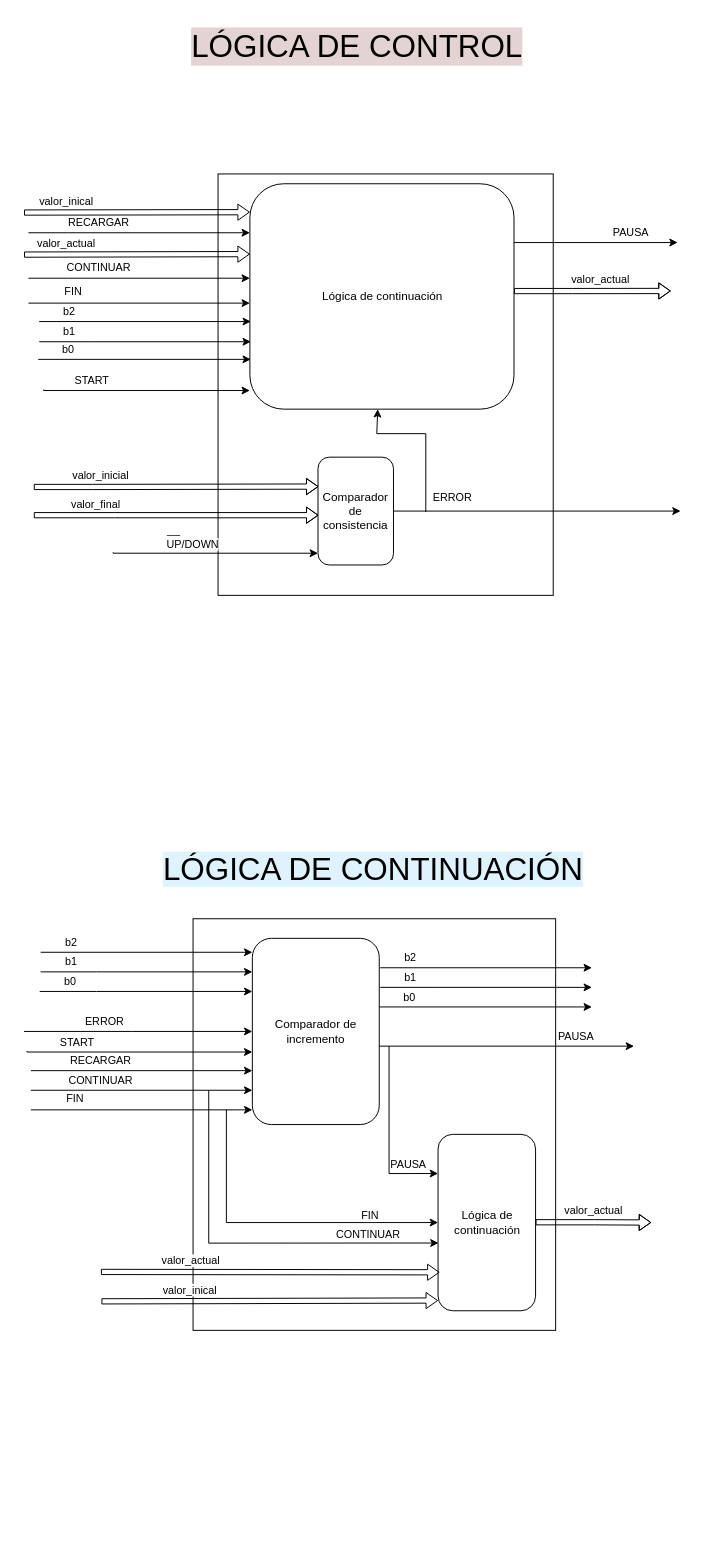
Above: page "LógicaDeControl" (5 of 5) of Integrador/Integrador.drawio in albertinap/IDL (draw.io), before the change. Source tidied: cells renumbered, new cells numbered last; positions are measured from the earlier drawing's top-left corner, leaving out a move shared by most shapes. Both pictures are drawn from the tidied source at 98%, with x=0, y=0 at pixel (24, 17).
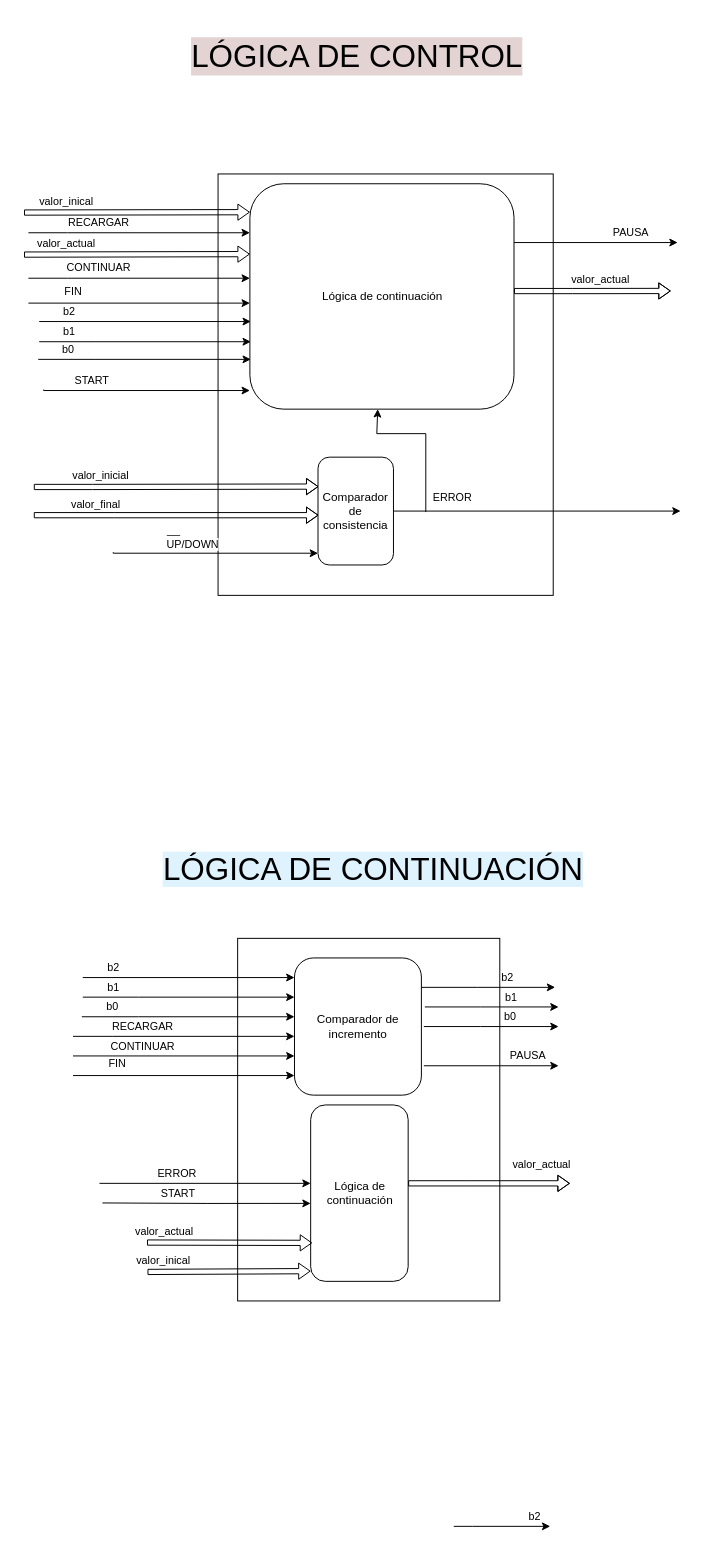
The same diagram, later.

The edit, as a diff of the source:
```diff
@@
     <mxCell id="2" value="LÓGICA DE CONTROL" style="text;html=1;align=center;verticalAlign=middle;whiteSpace=wrap;rounded=0;fontSize=32;labelBackgroundColor=light-dark(#e4d3d3, #ededed);" parent="1" vertex="1">
-      <mxGeometry x="130" width="420" height="60" as="geometry" />
+      <mxGeometry x="130" y="10" width="420" height="60" as="geometry" />
     </mxCell>
@@
     <mxCell id="35" style="rounded=0;whiteSpace=wrap;html=1;" parent="1" vertex="1">
-      <mxGeometry x="172.5" y="920" width="370" height="420" as="geometry" />
+      <mxGeometry x="218" y="940" width="267.5" height="370" as="geometry" />
     </mxCell>
     <mxCell id="36" style="edgeStyle=orthogonalEdgeStyle;rounded=0;orthogonalLoop=1;jettySize=auto;html=1;" parent="1" edge="1">
       <mxGeometry relative="1" as="geometry">
-        <mxPoint x="17" y="974.2" as="sourcePoint" />
-        <mxPoint x="233" y="974.2" as="targetPoint" />
+        <mxPoint x="60" y="1000" as="sourcePoint" />
+        <mxPoint x="276" y="1000" as="targetPoint" />
         <Array as="points">
-          <mxPoint x="74" y="974.6" />
-          <mxPoint x="74" y="974.6" />
+          <mxPoint x="117" y="1000.4" />
+          <mxPoint x="117" y="1000.4" />
         </Array>
       </mxGeometry>
     </mxCell>
@@
     <mxCell id="38" style="edgeStyle=orthogonalEdgeStyle;rounded=0;orthogonalLoop=1;jettySize=auto;html=1;" parent="1" edge="1">
       <mxGeometry relative="1" as="geometry">
-        <mxPoint x="17" y="954.2" as="sourcePoint" />
-        <mxPoint x="233" y="954.2" as="targetPoint" />
+        <mxPoint x="60" y="980" as="sourcePoint" />
+        <mxPoint x="276" y="980" as="targetPoint" />
         <Array as="points">
-          <mxPoint x="17" y="954.2" />
+          <mxPoint x="60" y="980" />
         </Array>
       </mxGeometry>
     </mxCell>
@@
     <mxCell id="40" value="CONTINUAR" style="endArrow=classic;html=1;rounded=0;" parent="1" edge="1">
       <mxGeometry x="-0.37" y="10" relative="1" as="geometry">
-        <mxPoint x="7" y="1095" as="sourcePoint" />
-        <mxPoint x="233" y="1095" as="targetPoint" />
+        <mxPoint x="50" y="1060" as="sourcePoint" />
+        <mxPoint x="276" y="1060" as="targetPoint" />
         <Array as="points">
-          <mxPoint x="47" y="1095" />
+          <mxPoint x="90" y="1060" />
         </Array>
       </mxGeometry>
     </mxCell>
-    <mxCell id="41" style="edgeStyle=orthogonalEdgeStyle;rounded=0;orthogonalLoop=1;jettySize=auto;html=1;" parent="1" edge="1">
+    <mxCell id="41" style="edgeStyle=orthogonalEdgeStyle;rounded=0;jettySize=auto;html=1;entryX=0;entryY=0.558;entryDx=0;entryDy=0;entryPerimeter=0;" parent="1" edge="1" target="48">
       <mxGeometry relative="1" as="geometry">
-        <mxPoint x="3" y="1055" as="sourcePoint" />
-        <mxPoint x="233" y="1056" as="targetPoint" />
-        <Array as="points">
-          <mxPoint x="3" y="1056" />
-        </Array>
+        <mxPoint x="80" y="1210" as="sourcePoint" />
       </mxGeometry>
     </mxCell>
     <mxCell id="42" value="START" style="edgeLabel;html=1;align=center;verticalAlign=middle;" parent="41" vertex="1">
       <mxGeometry x="-0.72" y="2" relative="1" as="geometry">
-        <mxPoint x="19" y="-9" as="offset" />
+        <mxPoint x="46" y="-9" as="offset" />
       </mxGeometry>
     </mxCell>
     <mxCell id="43" style="edgeStyle=orthogonalEdgeStyle;rounded=0;orthogonalLoop=1;jettySize=auto;html=1;" parent="1" edge="1">
       <mxGeometry relative="1" as="geometry">
-        <mxPoint x="16" y="994.2" as="sourcePoint" />
-        <mxPoint x="233" y="994.2" as="targetPoint" />
+        <mxPoint x="59" y="1020" as="sourcePoint" />
+        <mxPoint x="276" y="1020" as="targetPoint" />
         <Array as="points">
-          <mxPoint x="74" y="994.7" />
-          <mxPoint x="74" y="994.7" />
+          <mxPoint x="117" y="1020.5" />
+          <mxPoint x="117" y="1020.5" />
         </Array>
       </mxGeometry>
     </mxCell>
@@
     <mxCell id="45" value="FIN" style="edgeStyle=orthogonalEdgeStyle;rounded=0;orthogonalLoop=1;jettySize=auto;html=1;" parent="1" edge="1">
       <mxGeometry x="-0.6" y="12" relative="1" as="geometry">
-        <mxPoint x="7" y="1115" as="sourcePoint" />
-        <mxPoint x="233" y="1115" as="targetPoint" />
+        <mxPoint x="50" y="1080" as="sourcePoint" />
+        <mxPoint x="276" y="1080" as="targetPoint" />
         <Array as="points">
-          <mxPoint x="7" y="1115" />
+          <mxPoint x="50" y="1080" />
         </Array>
       </mxGeometry>
     </mxCell>
     <mxCell id="46" value="Comparador de incremento" style="rounded=1;whiteSpace=wrap;html=1;" parent="1" vertex="1">
-      <mxGeometry x="233" y="940" width="129.5" height="190" as="geometry" />
+      <mxGeometry x="276" y="960" width="129.5" height="140" as="geometry" />
     </mxCell>
     <mxCell id="47" value="PAUSA" style="endArrow=classic;html=1;rounded=0;" parent="1" edge="1">
       <mxGeometry x="0.54" y="10" relative="1" as="geometry">
-        <mxPoint x="362.5" y="1050" as="sourcePoint" />
-        <mxPoint x="622.5" y="1050" as="targetPoint" />
+        <mxPoint x="408" y="1070" as="sourcePoint" />
+        <mxPoint x="545.5" y="1070" as="targetPoint" />
       </mxGeometry>
     </mxCell>
     <mxCell id="48" value="Lógica de continuación" style="rounded=1;whiteSpace=wrap;html=1;" parent="1" vertex="1">
-      <mxGeometry x="422.5" y="1140" width="99.5" height="180" as="geometry" />
+      <mxGeometry x="292.5" y="1110" width="99.5" height="180" as="geometry" />
     </mxCell>
     <mxCell id="49" style="shape=flexArrow;endArrow=none;startArrow=classic;html=1;rounded=0;width=5.348837209302326;endSize=3.5813953488372094;endWidth=10.151433207138995;startWidth=10.151433207138995;startSize=3.5813953488372094;endFill=0;exitX=0.016;exitY=0.782;exitDx=0;exitDy=0;exitPerimeter=0;" parent="1" edge="1" source="48">
       <mxGeometry relative="1" as="geometry">
-        <mxPoint x="78.5" y="1280.2" as="targetPoint" />
+        <mxPoint x="125.5" y="1250.2" as="targetPoint" />
         <Array as="points">
-          <mxPoint x="78.5" y="1280.4" />
+          <mxPoint x="125.5" y="1250.4" />
         </Array>
       </mxGeometry>
     </mxCell>
@@
-    <mxCell id="51" style="edgeStyle=orthogonalEdgeStyle;rounded=0;orthogonalLoop=1;jettySize=auto;html=1;" parent="1" edge="1">
+    <mxCell id="51" style="edgeStyle=orthogonalEdgeStyle;rounded=0;jettySize=auto;html=1;" parent="1" edge="1" target="48">
       <mxGeometry relative="1" as="geometry">
-        <mxPoint y="1035" as="sourcePoint" />
-        <mxPoint x="233" y="1035" as="targetPoint" />
+        <mxPoint x="77" y="1190" as="sourcePoint" />
         <Array as="points">
-          <mxPoint x="110" y="1035" />
-          <mxPoint x="110" y="1035" />
+          <mxPoint x="347" y="1190" />
+          <mxPoint x="347" y="1190" />
         </Array>
       </mxGeometry>
     </mxCell>
@@
     <mxCell id="53" style="shape=flexArrow;endArrow=none;startArrow=classic;html=1;rounded=0;width=5.348837209302326;endSize=3.5813953488372094;endWidth=10.151433207138995;startWidth=10.151433207138995;startSize=3.5813953488372094;endFill=0;" parent="1" edge="1">
       <mxGeometry relative="1" as="geometry">
-        <mxPoint x="640" y="1230" as="sourcePoint" />
-        <mxPoint x="522" y="1229.7" as="targetPoint" />
+        <mxPoint x="557" y="1190" as="sourcePoint" />
+        <mxPoint x="392" y="1190" as="targetPoint" />
         <Array as="points">
-          <mxPoint x="582" y="1229.7" />
+          <mxPoint x="452" y="1190" />
         </Array>
       </mxGeometry>
     </mxCell>
     <mxCell id="54" value="valor_actual" style="edgeLabel;html=1;align=center;verticalAlign=middle;" parent="53" vertex="1">
       <mxGeometry x="0.17" y="1" relative="1" as="geometry">
-        <mxPoint x="9" y="-13" as="offset" />
+        <mxPoint x="67" y="-21" as="offset" />
       </mxGeometry>
     </mxCell>
     <mxCell id="55" value="RECARGAR" style="endArrow=classic;html=1;rounded=0;" parent="1" edge="1">
       <mxGeometry x="-0.37" y="10" relative="1" as="geometry">
-        <mxPoint x="7" y="1075" as="sourcePoint" />
-        <mxPoint x="233" y="1075" as="targetPoint" />
+        <mxPoint x="50" y="1040" as="sourcePoint" />
+        <mxPoint x="276" y="1040" as="targetPoint" />
         <Array as="points">
-          <mxPoint x="47" y="1075" />
+          <mxPoint x="90" y="1040" />
         </Array>
       </mxGeometry>
     </mxCell>
     <mxCell id="56" style="shape=flexArrow;endArrow=none;startArrow=classic;html=1;rounded=0;width=5.348837209302326;endSize=3.5813953488372094;endWidth=10.151433207138995;startWidth=10.151433207138995;startSize=3.5813953488372094;endFill=0;exitX=0;exitY=0.942;exitDx=0;exitDy=0;exitPerimeter=0;" parent="1" edge="1" source="48">
       <mxGeometry relative="1" as="geometry">
-        <mxPoint x="79" y="1310.2" as="targetPoint" />
+        <mxPoint x="126" y="1280.2" as="targetPoint" />
         <Array as="points">
-          <mxPoint x="79" y="1310.4" />
+          <mxPoint x="126" y="1280.4" />
         </Array>
       </mxGeometry>
     </mxCell>
@@
     <mxCell id="58" style="edgeStyle=orthogonalEdgeStyle;rounded=0;orthogonalLoop=1;jettySize=auto;html=1;" parent="1" edge="1">
       <mxGeometry relative="1" as="geometry">
-        <mxPoint x="363.5" y="990" as="sourcePoint" />
-        <mxPoint x="579.5" y="990" as="targetPoint" />
+        <mxPoint x="409" y="1010" as="sourcePoint" />
+        <mxPoint x="545.5" y="1010" as="targetPoint" />
         <Array as="points">
-          <mxPoint x="420.5" y="990.4" />
-          <mxPoint x="420.5" y="990.4" />
+          <mxPoint x="466" y="1010.4" />
+          <mxPoint x="466" y="1010.4" />
         </Array>
       </mxGeometry>
     </mxCell>
     <mxCell id="59" value="b1" style="edgeLabel;html=1;align=center;verticalAlign=middle;" parent="58" vertex="1">
       <mxGeometry x="-0.72" y="2" relative="1" as="geometry">
-        <mxPoint y="-9" as="offset" />
+        <mxPoint x="68" y="-9" as="offset" />
       </mxGeometry>
     </mxCell>
-    <mxCell id="60" style="edgeStyle=orthogonalEdgeStyle;rounded=0;orthogonalLoop=1;jettySize=auto;html=1;" parent="1" edge="1">
-      <mxGeometry relative="1" as="geometry">
-        <mxPoint x="363.5" y="970" as="sourcePoint" />
-        <mxPoint x="579.5" y="970" as="targetPoint" />
-        <Array as="points">
-          <mxPoint x="363.5" y="970" />
-        </Array>
-      </mxGeometry>
-    </mxCell>
-    <mxCell id="61" value="b2" style="edgeLabel;html=1;align=center;verticalAlign=middle;" parent="60" vertex="1">
-      <mxGeometry x="-0.72" y="2" relative="1" as="geometry">
-        <mxPoint y="-9" as="offset" />
-      </mxGeometry>
-    </mxCell>
     <mxCell id="62" style="edgeStyle=orthogonalEdgeStyle;rounded=0;orthogonalLoop=1;jettySize=auto;html=1;" parent="1" edge="1">
       <mxGeometry relative="1" as="geometry">
-        <mxPoint x="362.5" y="1010" as="sourcePoint" />
-        <mxPoint x="579.5" y="1010" as="targetPoint" />
+        <mxPoint x="408" y="1030" as="sourcePoint" />
+        <mxPoint x="545.5" y="1030" as="targetPoint" />
         <Array as="points">
-          <mxPoint x="420.5" y="1010.5" />
-          <mxPoint x="420.5" y="1010.5" />
+          <mxPoint x="466" y="1030.5" />
+          <mxPoint x="466" y="1030.5" />
         </Array>
       </mxGeometry>
     </mxCell>
     <mxCell id="63" value="b0" style="edgeLabel;html=1;align=center;verticalAlign=middle;" parent="62" vertex="1">
       <mxGeometry x="-0.72" y="2" relative="1" as="geometry">
-        <mxPoint y="-9" as="offset" />
+        <mxPoint x="68" y="-9" as="offset" />
       </mxGeometry>
     </mxCell>
-    <mxCell id="64" style="endArrow=classic;html=1;rounded=0;entryX=0;entryY=0.222;entryDx=0;entryDy=0;entryPerimeter=0;" parent="1" edge="1" target="48">
-      <mxGeometry relative="1" as="geometry">
-        <mxPoint x="372.5" y="1050" as="sourcePoint" />
-        <Array as="points">
-          <mxPoint x="372.5" y="1180" />
-        </Array>
-      </mxGeometry>
-    </mxCell>
-    <mxCell id="65" value="PAUSA" style="edgeLabel;html=1;align=center;verticalAlign=middle;" parent="64" vertex="1">
-      <mxGeometry x="0.2" y="-2" relative="1" as="geometry">
-        <mxPoint x="21" y="12" as="offset" />
-      </mxGeometry>
-    </mxCell>
-    <mxCell id="66" style="endArrow=classic;html=1;rounded=0;" parent="1" edge="1" target="48">
-      <mxGeometry relative="1" as="geometry">
-        <mxPoint x="206.5" y="1115" as="sourcePoint" />
-        <Array as="points">
-          <mxPoint x="206.5" y="1230" />
-        </Array>
-      </mxGeometry>
-    </mxCell>
-    <mxCell id="67" value="FIN" style="edgeLabel;html=1;align=center;verticalAlign=middle;" parent="66" vertex="1">
-      <mxGeometry x="0.58" y="1" relative="1" as="geometry">
-        <mxPoint y="-7" as="offset" />
-      </mxGeometry>
-    </mxCell>
-    <mxCell id="68" style="endArrow=classic;html=1;rounded=0;entryX=0.005;entryY=0.616;entryDx=0;entryDy=0;entryPerimeter=0;" parent="1" edge="1" target="48">
-      <mxGeometry relative="1" as="geometry">
-        <mxPoint x="188.5" y="1095" as="sourcePoint" />
-        <Array as="points">
-          <mxPoint x="188.5" y="1251" />
-        </Array>
-      </mxGeometry>
-    </mxCell>
-    <mxCell id="69" value="CONTINUAR" style="edgeLabel;html=1;align=center;verticalAlign=middle;" parent="68" vertex="1">
-      <mxGeometry x="0.63" y="1" relative="1" as="geometry">
-        <mxPoint y="-8" as="offset" />
-      </mxGeometry>
-    </mxCell>
@@
+    <mxCell id="71" style="edgeStyle=orthogonalEdgeStyle;rounded=0;orthogonalLoop=1;jettySize=auto;html=1;" parent="1" edge="1">
+      <mxGeometry relative="1" as="geometry">
+        <mxPoint x="438.5" y="1540" as="sourcePoint" />
+        <mxPoint x="537" y="1540" as="targetPoint" />
+        <Array as="points">
+          <mxPoint x="457.5" y="1540.4" />
+          <mxPoint x="457.5" y="1540.4" />
+        </Array>
+      </mxGeometry>
+    </mxCell>
+    <mxCell id="72" value="b2" style="edgeLabel;html=1;align=center;verticalAlign=middle;" parent="71" vertex="1">
+      <mxGeometry x="-0.72" y="2" relative="1" as="geometry">
+        <mxPoint x="68" y="-9" as="offset" />
+      </mxGeometry>
+    </mxCell>
+    <mxCell id="73" style="edgeStyle=orthogonalEdgeStyle;rounded=0;orthogonalLoop=1;jettySize=auto;html=1;" parent="1" edge="1">
+      <mxGeometry relative="1" as="geometry">
+        <mxPoint x="405.5" y="990" as="sourcePoint" />
+        <mxPoint x="542" y="990" as="targetPoint" />
+        <Array as="points">
+          <mxPoint x="462.5" y="990.4" />
+          <mxPoint x="462.5" y="990.4" />
+        </Array>
+      </mxGeometry>
+    </mxCell>
+    <mxCell id="74" value="b2" style="edgeLabel;html=1;align=center;verticalAlign=middle;" parent="73" vertex="1">
+      <mxGeometry x="-0.72" y="2" relative="1" as="geometry">
+        <mxPoint x="68" y="-9" as="offset" />
+      </mxGeometry>
+    </mxCell>
```
